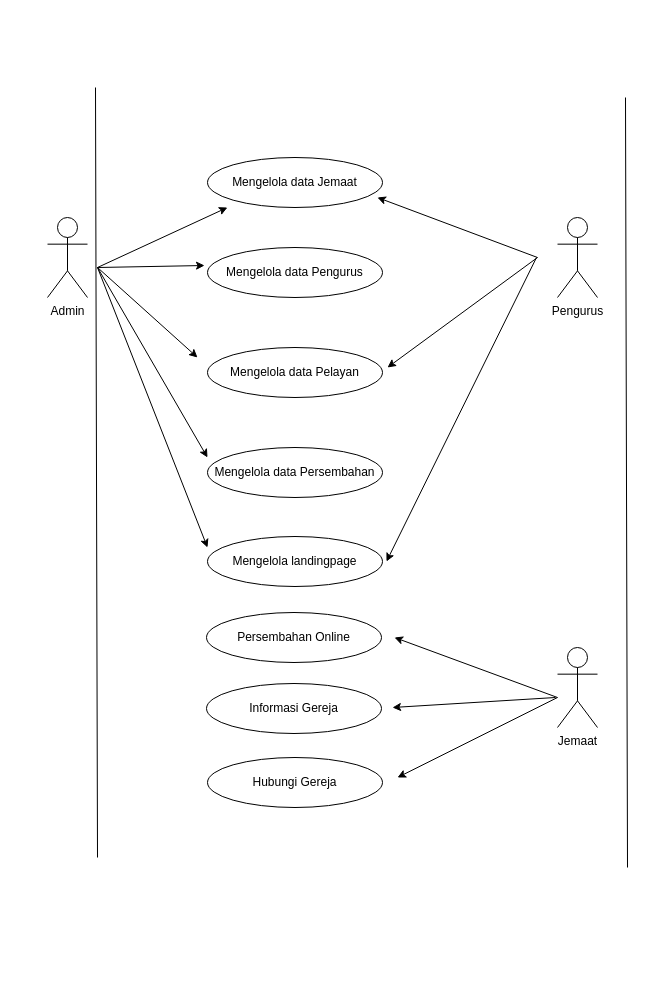
This is page "Page-2" (2 of 3) of Diagram Tanpa Judul.drawio from alhidayah-projects/.github, a draw.io file, before an edit. Source tidied: cells renumbered, new cells numbered last; positions are measured from the earlier drawing's top-left corner, leaving out a move shared by most shapes. Both pictures are drawn from the tidied source at 100%, with x=0, y=0 at pixel (47, 87).
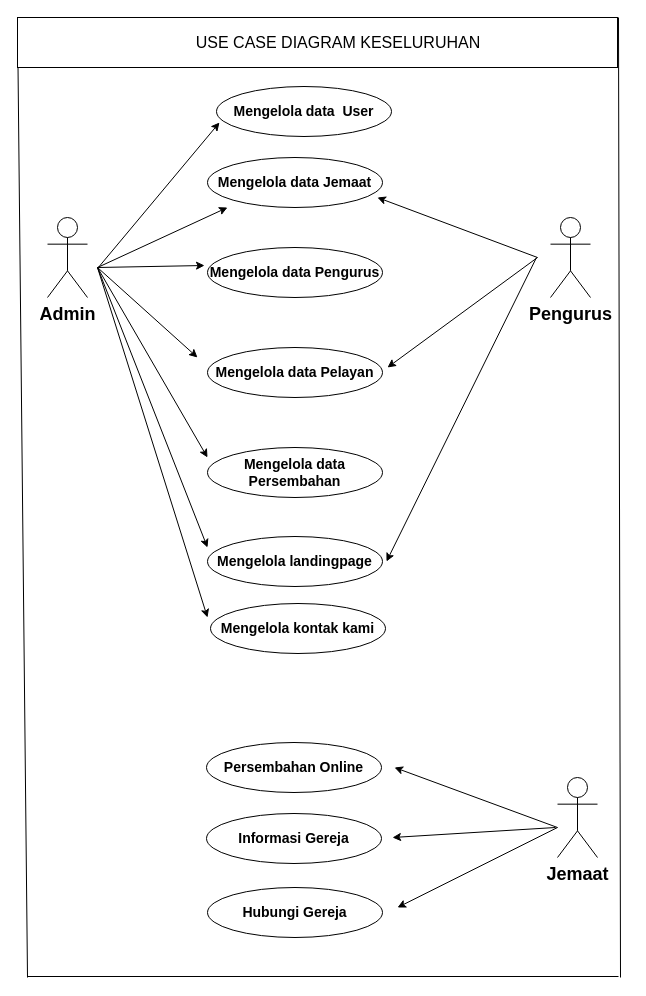
After the change.

The edit, as a diff of the source:
```diff
@@
-    <mxCell id="2" value="Admin" style="shape=umlActor;verticalLabelPosition=bottom;verticalAlign=top;html=1;" parent="1" vertex="1">
+    <mxCell id="2" value="&lt;b&gt;&lt;font style=&quot;font-size: 18px;&quot;&gt;Admin&lt;/font&gt;&lt;/b&gt;" style="shape=umlActor;verticalLabelPosition=bottom;verticalAlign=top;html=1;" parent="1" vertex="1">
       <mxGeometry y="130" width="40" height="80" as="geometry" />
     </mxCell>
-    <mxCell id="3" value="Pengurus" style="shape=umlActor;verticalLabelPosition=bottom;verticalAlign=top;html=1;" parent="1" vertex="1">
-      <mxGeometry x="510" y="130" width="40" height="80" as="geometry" />
+    <mxCell id="3" value="&lt;b&gt;&lt;font style=&quot;font-size: 18px;&quot;&gt;Pengurus&lt;/font&gt;&lt;/b&gt;" style="shape=umlActor;verticalLabelPosition=bottom;verticalAlign=top;html=1;" parent="1" vertex="1">
+      <mxGeometry x="503" y="130" width="40" height="80" as="geometry" />
     </mxCell>
-    <mxCell id="4" value="Jemaat" style="shape=umlActor;verticalLabelPosition=bottom;verticalAlign=top;html=1;" parent="1" vertex="1">
-      <mxGeometry x="510" y="560" width="40" height="80" as="geometry" />
+    <mxCell id="4" value="&lt;b&gt;&lt;font style=&quot;font-size: 18px;&quot;&gt;Jemaat&lt;/font&gt;&lt;/b&gt;" style="shape=umlActor;verticalLabelPosition=bottom;verticalAlign=top;html=1;" parent="1" vertex="1">
+      <mxGeometry x="510" y="690" width="40" height="80" as="geometry" />
     </mxCell>
-    <mxCell id="5" value="Mengelola data Jemaat" style="ellipse;whiteSpace=wrap;html=1;" parent="1" vertex="1">
+    <mxCell id="5" value="&lt;b&gt;&lt;font style=&quot;font-size: 14px;&quot;&gt;Mengelola data Jemaat&lt;/font&gt;&lt;/b&gt;" style="ellipse;whiteSpace=wrap;html=1;" parent="1" vertex="1">
       <mxGeometry x="160" y="70" width="175" height="50" as="geometry" />
     </mxCell>
-    <mxCell id="6" value="Mengelola data Pengurus" style="ellipse;whiteSpace=wrap;html=1;" parent="1" vertex="1">
+    <mxCell id="6" value="&lt;font style=&quot;font-size: 14px;&quot;&gt;&lt;b&gt;Mengelola data Pengurus&lt;/b&gt;&lt;/font&gt;" style="ellipse;whiteSpace=wrap;html=1;" parent="1" vertex="1">
       <mxGeometry x="160" y="160" width="175" height="50" as="geometry" />
     </mxCell>
-    <mxCell id="7" value="Mengelola data Pelayan" style="ellipse;whiteSpace=wrap;html=1;" parent="1" vertex="1">
+    <mxCell id="7" value="&lt;font style=&quot;font-size: 14px;&quot;&gt;&lt;b&gt;Mengelola data Pelayan&lt;/b&gt;&lt;/font&gt;" style="ellipse;whiteSpace=wrap;html=1;" parent="1" vertex="1">
       <mxGeometry x="160" y="260" width="175" height="50" as="geometry" />
     </mxCell>
-    <mxCell id="8" value="Mengelola data Persembahan" style="ellipse;whiteSpace=wrap;html=1;" parent="1" vertex="1">
+    <mxCell id="8" value="&lt;b&gt;&lt;font style=&quot;font-size: 14px;&quot;&gt;Mengelola data Persembahan&lt;/font&gt;&lt;/b&gt;" style="ellipse;whiteSpace=wrap;html=1;" parent="1" vertex="1">
       <mxGeometry x="160" y="360" width="175" height="50" as="geometry" />
     </mxCell>
-    <mxCell id="9" value="Mengelola landingpage" style="ellipse;whiteSpace=wrap;html=1;" parent="1" vertex="1">
+    <mxCell id="9" value="&lt;b&gt;&lt;font style=&quot;font-size: 14px;&quot;&gt;Mengelola landingpage&lt;/font&gt;&lt;/b&gt;" style="ellipse;whiteSpace=wrap;html=1;" parent="1" vertex="1">
       <mxGeometry x="160" y="449" width="175" height="50" as="geometry" />
     </mxCell>
-    <mxCell id="10" style="endArrow=classic;html=1;rounded=0;entryX=0.114;entryY=1;entryDx=0;entryDy=0;entryPerimeter=0;" parent="1" edge="1" target="5">
+    <mxCell id="10" style="endArrow=classic;html=1;rounded=0;entryX=0.114;entryY=1;entryDx=0;entryDy=0;entryPerimeter=0;" parent="1" edge="1">
       <mxGeometry relative="1" as="geometry">
         <mxPoint x="50" y="180" as="sourcePoint" />
+        <mxPoint x="180" y="120" as="targetPoint" />
       </mxGeometry>
     </mxCell>
@@
-    <mxCell id="18" value="Persembahan Online" style="ellipse;whiteSpace=wrap;html=1;" parent="1" vertex="1">
-      <mxGeometry x="159" y="525" width="175" height="50" as="geometry" />
+    <mxCell id="18" value="&lt;font style=&quot;font-size: 14px;&quot;&gt;&lt;b&gt;Persembahan Online&lt;/b&gt;&lt;/font&gt;" style="ellipse;whiteSpace=wrap;html=1;" parent="1" vertex="1">
+      <mxGeometry x="159" y="655" width="175" height="50" as="geometry" />
     </mxCell>
-    <mxCell id="19" value="Informasi Gereja" style="ellipse;whiteSpace=wrap;html=1;" parent="1" vertex="1">
-      <mxGeometry x="159" y="596" width="175" height="50" as="geometry" />
+    <mxCell id="19" value="&lt;font style=&quot;font-size: 14px;&quot;&gt;&lt;b&gt;Informasi Gereja&lt;/b&gt;&lt;/font&gt;" style="ellipse;whiteSpace=wrap;html=1;" parent="1" vertex="1">
+      <mxGeometry x="159" y="726" width="175" height="50" as="geometry" />
     </mxCell>
-    <mxCell id="20" value="Hubungi Gereja" style="ellipse;whiteSpace=wrap;html=1;" parent="1" vertex="1">
-      <mxGeometry x="160" y="670" width="175" height="50" as="geometry" />
+    <mxCell id="20" value="&lt;font style=&quot;font-size: 14px;&quot;&gt;&lt;b&gt;Hubungi Gereja&lt;/b&gt;&lt;/font&gt;" style="ellipse;whiteSpace=wrap;html=1;" parent="1" vertex="1">
+      <mxGeometry x="160" y="800" width="175" height="50" as="geometry" />
     </mxCell>
     <mxCell id="21" style="endArrow=classic;html=1;rounded=0;entryX=0.971;entryY=0.8;entryDx=0;entryDy=0;entryPerimeter=0;" parent="1" edge="1">
       <mxGeometry relative="1" as="geometry">
-        <mxPoint x="510" y="610" as="sourcePoint" />
-        <mxPoint x="347" y="550" as="targetPoint" />
+        <mxPoint x="510" y="740" as="sourcePoint" />
+        <mxPoint x="347" y="680" as="targetPoint" />
       </mxGeometry>
     </mxCell>
     <mxCell id="22" style="endArrow=classic;html=1;rounded=0;" parent="1" edge="1">
       <mxGeometry relative="1" as="geometry">
-        <mxPoint x="508" y="610" as="sourcePoint" />
-        <mxPoint x="345" y="620" as="targetPoint" />
+        <mxPoint x="508" y="740" as="sourcePoint" />
+        <mxPoint x="345" y="750" as="targetPoint" />
       </mxGeometry>
     </mxCell>
     <mxCell id="23" style="endArrow=classic;html=1;rounded=0;" parent="1" edge="1">
       <mxGeometry relative="1" as="geometry">
-        <mxPoint x="510" y="610" as="sourcePoint" />
-        <mxPoint x="350" y="690" as="targetPoint" />
+        <mxPoint x="510" y="740" as="sourcePoint" />
+        <mxPoint x="350" y="820" as="targetPoint" />
       </mxGeometry>
     </mxCell>
     <mxCell id="24" style="endArrow=none;html=1;rounded=0;" parent="1" edge="1">
       <mxGeometry relative="1" as="geometry">
-        <mxPoint x="50" y="770" as="sourcePoint" />
-        <mxPoint x="48" as="targetPoint" />
+        <mxPoint x="-20" y="890" as="sourcePoint" />
+        <mxPoint x="-30" y="-70" as="targetPoint" />
       </mxGeometry>
     </mxCell>
     <mxCell id="25" style="endArrow=none;html=1;rounded=0;" parent="1" edge="1">
       <mxGeometry relative="1" as="geometry">
-        <mxPoint x="580" y="780" as="sourcePoint" />
-        <mxPoint x="578" y="10" as="targetPoint" />
+        <mxPoint x="573" y="890" as="sourcePoint" />
+        <mxPoint x="571" y="-70" as="targetPoint" />
       </mxGeometry>
     </mxCell>
+    <mxCell id="26" value="&lt;b&gt;&lt;font style=&quot;font-size: 14px;&quot;&gt;Mengelola kontak kami&lt;/font&gt;&lt;/b&gt;" style="ellipse;whiteSpace=wrap;html=1;" parent="1" vertex="1">
+      <mxGeometry x="163" y="516" width="175" height="50" as="geometry" />
+    </mxCell>
+    <mxCell id="27" style="endArrow=classic;html=1;rounded=0;entryX=0;entryY=0.2;entryDx=0;entryDy=0;entryPerimeter=0;" parent="1" edge="1">
+      <mxGeometry relative="1" as="geometry">
+        <mxPoint x="50" y="180" as="sourcePoint" />
+        <mxPoint x="160" y="530" as="targetPoint" />
+      </mxGeometry>
+    </mxCell>
+    <mxCell id="28" value="&lt;font style=&quot;font-size: 14px;&quot;&gt;&lt;b&gt;Mengelola data&amp;nbsp; User&lt;/b&gt;&lt;/font&gt;" style="ellipse;whiteSpace=wrap;html=1;" parent="1" vertex="1">
+      <mxGeometry x="169" y="-1" width="175" height="50" as="geometry" />
+    </mxCell>
+    <mxCell id="29" style="endArrow=classic;html=1;rounded=0;entryX=0;entryY=0.72;entryDx=0;entryDy=0;entryPerimeter=0;" parent="1" edge="1">
+      <mxGeometry relative="1" as="geometry">
+        <mxPoint x="50" y="181" as="sourcePoint" />
+        <mxPoint x="172" y="35" as="targetPoint" />
+      </mxGeometry>
+    </mxCell>
+    <mxCell id="30" style="endArrow=none;html=1;rounded=0;" parent="1" edge="1">
+      <mxGeometry relative="1" as="geometry">
+        <mxPoint x="-30" y="-68" as="sourcePoint" />
+        <mxPoint x="570" y="-68" as="targetPoint" />
+      </mxGeometry>
+    </mxCell>
+    <mxCell id="31" style="endArrow=none;html=1;rounded=0;" parent="1" edge="1">
+      <mxGeometry relative="1" as="geometry">
+        <mxPoint x="-20" y="889" as="sourcePoint" />
+        <mxPoint x="571" y="889" as="targetPoint" />
+      </mxGeometry>
+    </mxCell>
+    <mxCell id="32" style="rounded=0;whiteSpace=wrap;html=1;" parent="1" vertex="1">
+      <mxGeometry x="-30" y="-70" width="600" height="50" as="geometry" />
+    </mxCell>
+    <mxCell id="33" value="&lt;font style=&quot;font-size: 16px;&quot;&gt;USE CASE DIAGRAM KESELURUHAN&lt;/font&gt;" style="text;html=1;strokeColor=none;fillColor=none;align=center;verticalAlign=middle;whiteSpace=wrap;rounded=0;" parent="1" vertex="1">
+      <mxGeometry x="146" y="-60" width="290" height="30" as="geometry" />
+    </mxCell>
```
